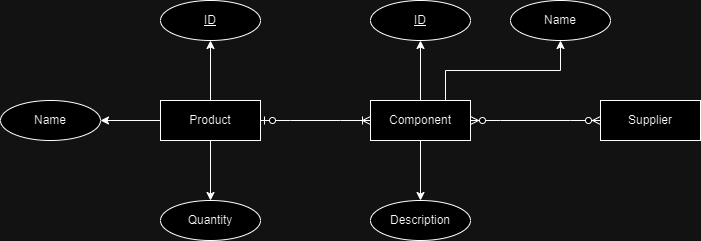
Before: DBMS Data Modeling Ex 1.drawio.png, a diagram exported from draw.io (c12yp71Cc0d312/sapient-dbms). Source tidied: cells renumbered, new cells last; positions are measured from the earlier drawing's top-left corner, leaving out a move shared by most shapes.
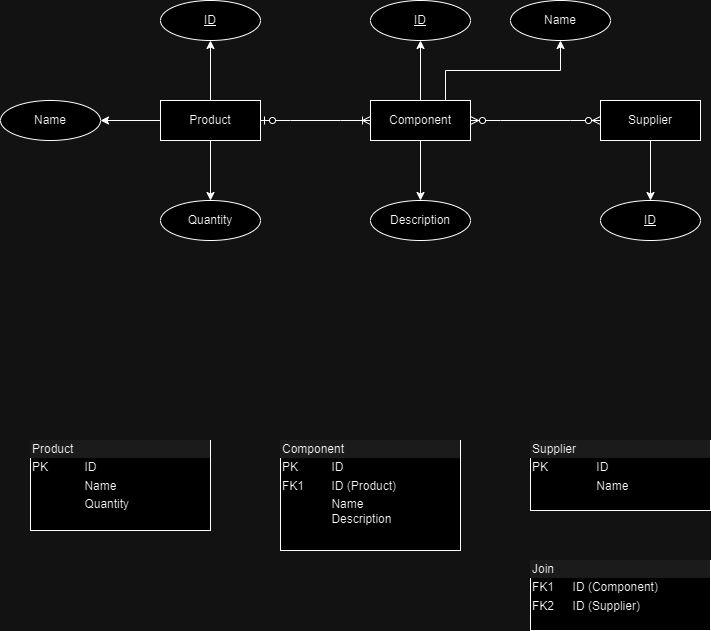
Later version of the same file.

What changed in the source:
```diff
@@ -47,6 +47,9 @@
     <mxCell id="16" style="edgeStyle=entityRelationEdgeStyle;fontSize=12;html=1;endArrow=ERoneToMany;startArrow=ERzeroToOne;rounded=0;entryX=0;entryY=0.5;entryDx=0;entryDy=0;exitX=1;exitY=0.5;exitDx=0;exitDy=0;" parent="1" edge="1" source="5" target="12">
       <mxGeometry relative="1" as="geometry" />
     </mxCell>
+    <mxCell id="19" style="edgeStyle=orthogonalEdgeStyle;rounded=0;jettySize=auto;html=1;" parent="1" edge="1" source="17" target="20">
+      <mxGeometry relative="1" as="geometry" />
+    </mxCell>
     <mxCell id="17" value="Supplier" style="whiteSpace=wrap;html=1;align=center;" parent="1" vertex="1">
       <mxGeometry x="600" y="100" width="100" height="40" as="geometry" />
     </mxCell>
@@ -59,5 +62,20 @@
         </Array>
       </mxGeometry>
     </mxCell>
+    <mxCell id="20" value="&lt;u&gt;ID&lt;/u&gt;" style="ellipse;whiteSpace=wrap;html=1;align=center;" parent="1" vertex="1">
+      <mxGeometry x="600" y="200" width="100" height="40" as="geometry" />
+    </mxCell>
+    <mxCell id="21" value="&lt;div style=&quot;box-sizing: border-box; width: 100%; background: rgb(228, 228, 228); padding: 2px; --darkreader-inline-bgimage: initial; --darkreader-inline-bgcolor: #272b2c;&quot;&gt;Product&lt;/div&gt;&lt;table style=&quot;width:100%;font-size:1em;&quot; cellpadding=&quot;2&quot; cellspacing=&quot;0&quot;&gt;&lt;tbody&gt;&lt;tr&gt;&lt;td&gt;PK&lt;/td&gt;&lt;td&gt;ID&lt;/td&gt;&lt;/tr&gt;&lt;tr&gt;&lt;td&gt;&lt;br&gt;&lt;/td&gt;&lt;td&gt;Name&lt;/td&gt;&lt;/tr&gt;&lt;tr&gt;&lt;td&gt;&lt;/td&gt;&lt;td&gt;Quantity&lt;/td&gt;&lt;/tr&gt;&lt;/tbody&gt;&lt;/table&gt;" style="verticalAlign=top;align=left;overflow=fill;html=1;whiteSpace=wrap;" parent="1" vertex="1">
+      <mxGeometry x="30" y="440" width="180" height="90" as="geometry" />
+    </mxCell>
+    <mxCell id="22" value="&lt;div style=&quot;box-sizing: border-box; width: 100%; background: rgb(228, 228, 228); padding: 2px; --darkreader-inline-bgimage: initial; --darkreader-inline-bgcolor: #272b2c;&quot;&gt;Component&lt;/div&gt;&lt;table style=&quot;width:100%;font-size:1em;&quot; cellpadding=&quot;2&quot; cellspacing=&quot;0&quot;&gt;&lt;tbody&gt;&lt;tr&gt;&lt;td&gt;PK&lt;/td&gt;&lt;td&gt;ID&lt;/td&gt;&lt;/tr&gt;&lt;tr&gt;&lt;td&gt;FK1&lt;/td&gt;&lt;td&gt;ID (Product)&lt;/td&gt;&lt;/tr&gt;&lt;tr&gt;&lt;td&gt;&lt;br&gt;&lt;br&gt;&lt;/td&gt;&lt;td&gt;Name&lt;br&gt;Description&lt;/td&gt;&lt;/tr&gt;&lt;/tbody&gt;&lt;/table&gt;" style="verticalAlign=top;align=left;overflow=fill;html=1;whiteSpace=wrap;" parent="1" vertex="1">
+      <mxGeometry x="280" y="440" width="180" height="110" as="geometry" />
+    </mxCell>
+    <mxCell id="23" value="&lt;div style=&quot;box-sizing: border-box; width: 100%; background: rgb(228, 228, 228); padding: 2px; --darkreader-inline-bgimage: initial; --darkreader-inline-bgcolor: #272b2c;&quot;&gt;Supplier&lt;/div&gt;&lt;table style=&quot;width:100%;font-size:1em;&quot; cellpadding=&quot;2&quot; cellspacing=&quot;0&quot;&gt;&lt;tbody&gt;&lt;tr&gt;&lt;td&gt;PK&lt;/td&gt;&lt;td&gt;ID&lt;/td&gt;&lt;/tr&gt;&lt;tr&gt;&lt;td&gt;&lt;br&gt;&lt;/td&gt;&lt;td&gt;Name&lt;/td&gt;&lt;/tr&gt;&lt;tr&gt;&lt;td&gt;&lt;/td&gt;&lt;td&gt;&lt;br&gt;&lt;/td&gt;&lt;/tr&gt;&lt;/tbody&gt;&lt;/table&gt;" style="verticalAlign=top;align=left;overflow=fill;html=1;whiteSpace=wrap;" parent="1" vertex="1">
+      <mxGeometry x="530" y="440" width="180" height="70" as="geometry" />
+    </mxCell>
+    <mxCell id="24" value="&lt;div style=&quot;box-sizing: border-box; width: 100%; background: rgb(228, 228, 228); padding: 2px; --darkreader-inline-bgimage: initial; --darkreader-inline-bgcolor: #272b2c;&quot;&gt;Join&lt;/div&gt;&lt;table style=&quot;width:100%;font-size:1em;&quot; cellpadding=&quot;2&quot; cellspacing=&quot;0&quot;&gt;&lt;tbody&gt;&lt;tr&gt;&lt;td&gt;FK1&lt;/td&gt;&lt;td&gt;ID (Component)&lt;/td&gt;&lt;/tr&gt;&lt;tr&gt;&lt;td&gt;FK2&lt;/td&gt;&lt;td&gt;ID (Supplier)&lt;/td&gt;&lt;/tr&gt;&lt;tr&gt;&lt;td&gt;&lt;/td&gt;&lt;td&gt;&lt;br&gt;&lt;/td&gt;&lt;/tr&gt;&lt;/tbody&gt;&lt;/table&gt;" style="verticalAlign=top;align=left;overflow=fill;html=1;whiteSpace=wrap;" parent="1" vertex="1">
+      <mxGeometry x="530" y="560" width="180" height="70" as="geometry" />
+    </mxCell>
   </root>
 </mxGraphModel>
```
